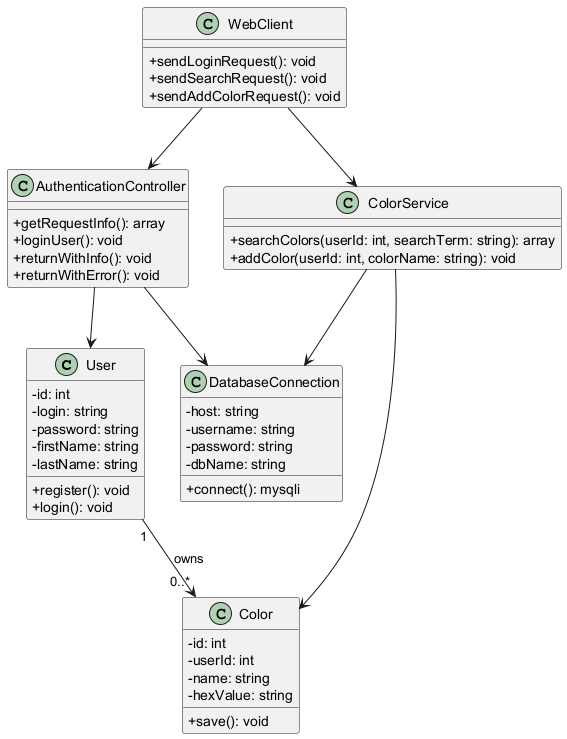
Earlier version of the PlantUML export docs/uml/class.png (dangdatbrandon/LAMP-Practice). Source of this version:
```plantuml
@startuml
skinparam classAttributeIconSize 0
skinparam shadowing false

class User {
  - id: int
  - login: string
  - password: string
  - firstName: string
  - lastName: string
  + register(): void
  + login(): void
}

class Color {
  - id: int
  - userId: int
  - name: string
  - hexValue: string
  + save(): void
}

class AuthenticationController {
  + getRequestInfo(): array
  + loginUser(): void
  + returnWithInfo(): void
  + returnWithError(): void
}

class ColorService {
  + searchColors(userId: int, searchTerm: string): array
  + addColor(userId: int, colorName: string): void
}

class DatabaseConnection {
  - host: string
  - username: string
  - password: string
  - dbName: string
  + connect(): mysqli
}

class WebClient {
  + sendLoginRequest(): void
  + sendSearchRequest(): void
  + sendAddColorRequest(): void
}

User "1" --> "0..*" Color : owns
AuthenticationController --> User
AuthenticationController --> DatabaseConnection
ColorService --> Color
ColorService --> DatabaseConnection
WebClient --> AuthenticationController
WebClient --> ColorService
@enduml
```
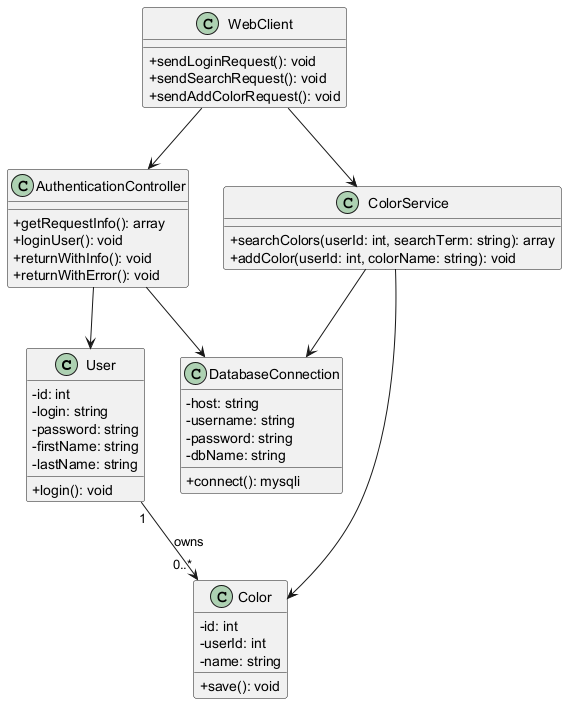
Later version of the same file.

Change to the diagram source:
```diff
@@ -8,7 +8,6 @@
   - password: string
   - firstName: string
   - lastName: string
-  + register(): void
   + login(): void
 }
 
@@ -16,7 +15,6 @@
   - id: int
   - userId: int
   - name: string
-  - hexValue: string
   + save(): void
 }
 
```
